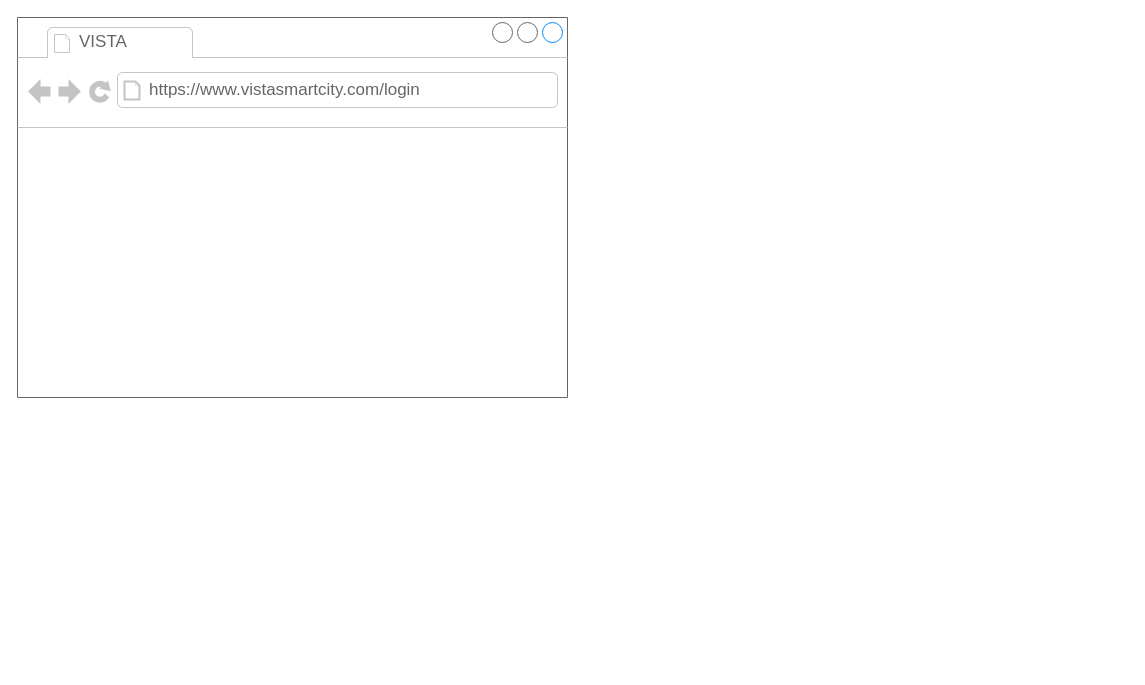
Above: project/LoginPageMockup.drawio in josura/HCI (draw.io), before the change. Source tidied: cells renumbered, new cells numbered last; positions are measured from the earlier drawing's top-left corner, leaving out a move shared by most shapes. Both pictures are drawn from the tidied source at 100%, with x=0, y=0 at pixel (17, 17).
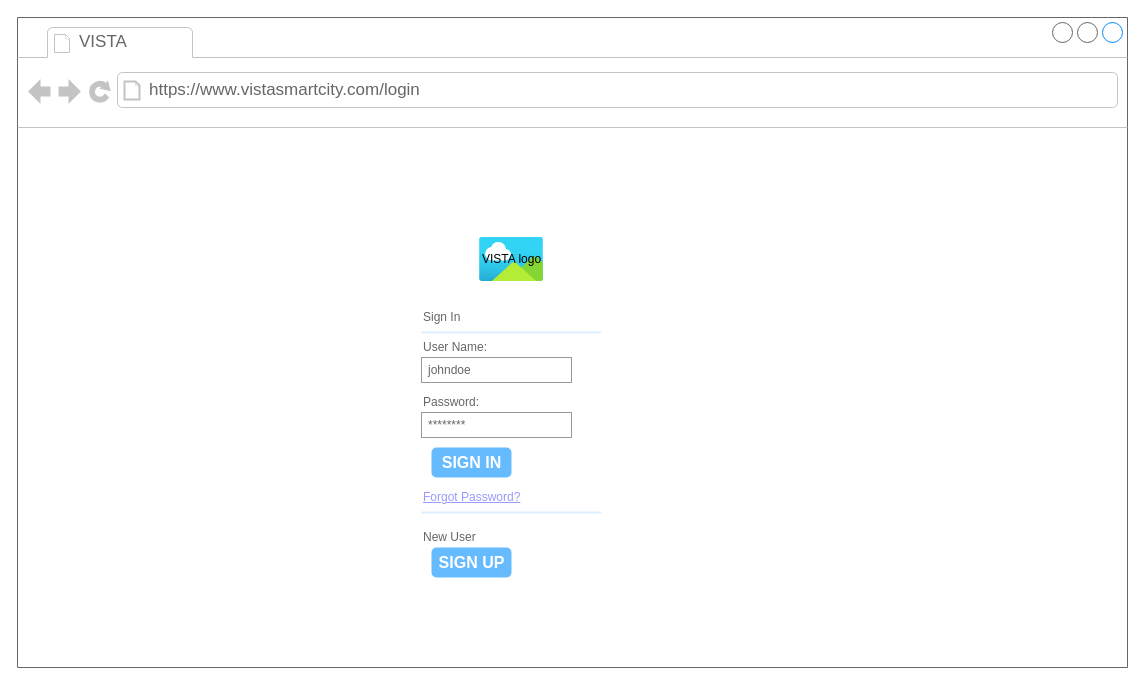
After the change.

What changed in the source:
```diff
@@
     <mxCell id="2" style="strokeWidth=1;shadow=0;dashed=0;align=center;html=1;shape=mxgraph.mockup.containers.browserWindow;rSize=0;strokeColor=#666666;strokeColor2=#008cff;strokeColor3=#c4c4c4;mainText=,;" parent="1" vertex="1">
-      <mxGeometry width="550" height="380" as="geometry" />
+      <mxGeometry width="1110" height="650" as="geometry" />
     </mxCell>
@@
+    <mxCell id="5" style="image;html=1;align=center;fontSize=12;image=img/lib/azure2/general/Image.svg;" parent="2" vertex="1">
+      <mxGeometry x="462" y="220" width="64" height="44" as="geometry" />
+    </mxCell>
+    <mxCell id="6" style="strokeWidth=1;shadow=0;dashed=0;align=center;html=1;shape=mxgraph.mockup.forms.rrect;rSize=0;strokeColor=none;fillColor=#ffffff;" parent="2" vertex="1">
+      <mxGeometry x="394" y="280" width="200" height="300" as="geometry" />
+    </mxCell>
+    <mxCell id="7" value="Sign In" style="strokeWidth=1;shadow=0;dashed=0;align=center;html=1;shape=mxgraph.mockup.forms.anchor;fontSize=12;fontColor=#666666;align=left;spacingLeft=0;" parent="6" vertex="1">
+      <mxGeometry width="100" height="20" relative="1" as="geometry">
+        <mxPoint x="10" y="10" as="offset" />
+      </mxGeometry>
+    </mxCell>
+    <mxCell id="8" style="shape=line;strokeColor=#ddeeff;strokeWidth=2;html=1;" parent="6" vertex="1">
+      <mxGeometry width="180" height="10" relative="1" as="geometry">
+        <mxPoint x="10" y="30" as="offset" />
+      </mxGeometry>
+    </mxCell>
+    <mxCell id="9" value="User Name:" style="strokeWidth=1;shadow=0;dashed=0;align=center;html=1;shape=mxgraph.mockup.forms.anchor;fontSize=12;fontColor=#666666;align=left;spacingLeft=0;" parent="6" vertex="1">
+      <mxGeometry width="100" height="20" relative="1" as="geometry">
+        <mxPoint x="10" y="40" as="offset" />
+      </mxGeometry>
+    </mxCell>
+    <mxCell id="10" value="johndoe" style="strokeWidth=1;shadow=0;dashed=0;align=center;html=1;shape=mxgraph.mockup.forms.rrect;rSize=0;strokeColor=#999999;fontColor=#666666;align=left;spacingLeft=5;" parent="6" vertex="1">
+      <mxGeometry width="150" height="25" relative="1" as="geometry">
+        <mxPoint x="10" y="60" as="offset" />
+      </mxGeometry>
+    </mxCell>
+    <mxCell id="11" value="Password:" style="strokeWidth=1;shadow=0;dashed=0;align=center;html=1;shape=mxgraph.mockup.forms.anchor;fontSize=12;fontColor=#666666;align=left;spacingLeft=0;" parent="6" vertex="1">
+      <mxGeometry width="100" height="20" relative="1" as="geometry">
+        <mxPoint x="10" y="95" as="offset" />
+      </mxGeometry>
+    </mxCell>
+    <mxCell id="12" value="********" style="strokeWidth=1;shadow=0;dashed=0;align=center;html=1;shape=mxgraph.mockup.forms.rrect;rSize=0;strokeColor=#999999;fontColor=#666666;align=left;spacingLeft=5;" parent="6" vertex="1">
+      <mxGeometry width="150" height="25" relative="1" as="geometry">
+        <mxPoint x="10" y="115" as="offset" />
+      </mxGeometry>
+    </mxCell>
+    <mxCell id="13" value="SIGN IN" style="strokeWidth=1;shadow=0;dashed=0;align=center;html=1;shape=mxgraph.mockup.forms.rrect;rSize=5;strokeColor=none;fontColor=#ffffff;fillColor=#66bbff;fontSize=16;fontStyle=1;" parent="6" vertex="1">
+      <mxGeometry y="1" width="80" height="30" relative="1" as="geometry">
+        <mxPoint x="20" y="-150" as="offset" />
+      </mxGeometry>
+    </mxCell>
+    <mxCell id="14" value="Forgot Password?" style="strokeWidth=1;shadow=0;dashed=0;align=center;html=1;shape=mxgraph.mockup.forms.anchor;fontSize=12;fontColor=#9999ff;align=left;spacingLeft=0;fontStyle=4;" parent="6" vertex="1">
+      <mxGeometry y="1" width="150" height="20" relative="1" as="geometry">
+        <mxPoint x="10" y="-110" as="offset" />
+      </mxGeometry>
+    </mxCell>
+    <mxCell id="15" style="shape=line;strokeColor=#ddeeff;strokeWidth=2;html=1;" parent="6" vertex="1">
+      <mxGeometry y="1" width="180" height="10" relative="1" as="geometry">
+        <mxPoint x="10" y="-90" as="offset" />
+      </mxGeometry>
+    </mxCell>
+    <mxCell id="16" value="New User" style="strokeWidth=1;shadow=0;dashed=0;align=center;html=1;shape=mxgraph.mockup.forms.anchor;fontSize=12;fontColor=#666666;align=left;spacingLeft=0;" parent="6" vertex="1">
+      <mxGeometry y="1" width="150" height="20" relative="1" as="geometry">
+        <mxPoint x="10" y="-70" as="offset" />
+      </mxGeometry>
+    </mxCell>
+    <mxCell id="17" value="SIGN UP" style="strokeWidth=1;shadow=0;dashed=0;align=center;html=1;shape=mxgraph.mockup.forms.rrect;rSize=5;strokeColor=none;fontColor=#ffffff;fillColor=#66bbff;fontSize=16;fontStyle=1;" parent="6" vertex="1">
+      <mxGeometry y="1" width="80" height="30" relative="1" as="geometry">
+        <mxPoint x="20" y="-50" as="offset" />
+      </mxGeometry>
+    </mxCell>
+    <mxCell id="18" value="VISTA logo" style="text;html=1;align=center;verticalAlign=middle;strokeColor=none;fillColor=none;" parent="2" vertex="1">
+      <mxGeometry x="454" y="227" width="80" height="30" as="geometry" />
+    </mxCell>
```
